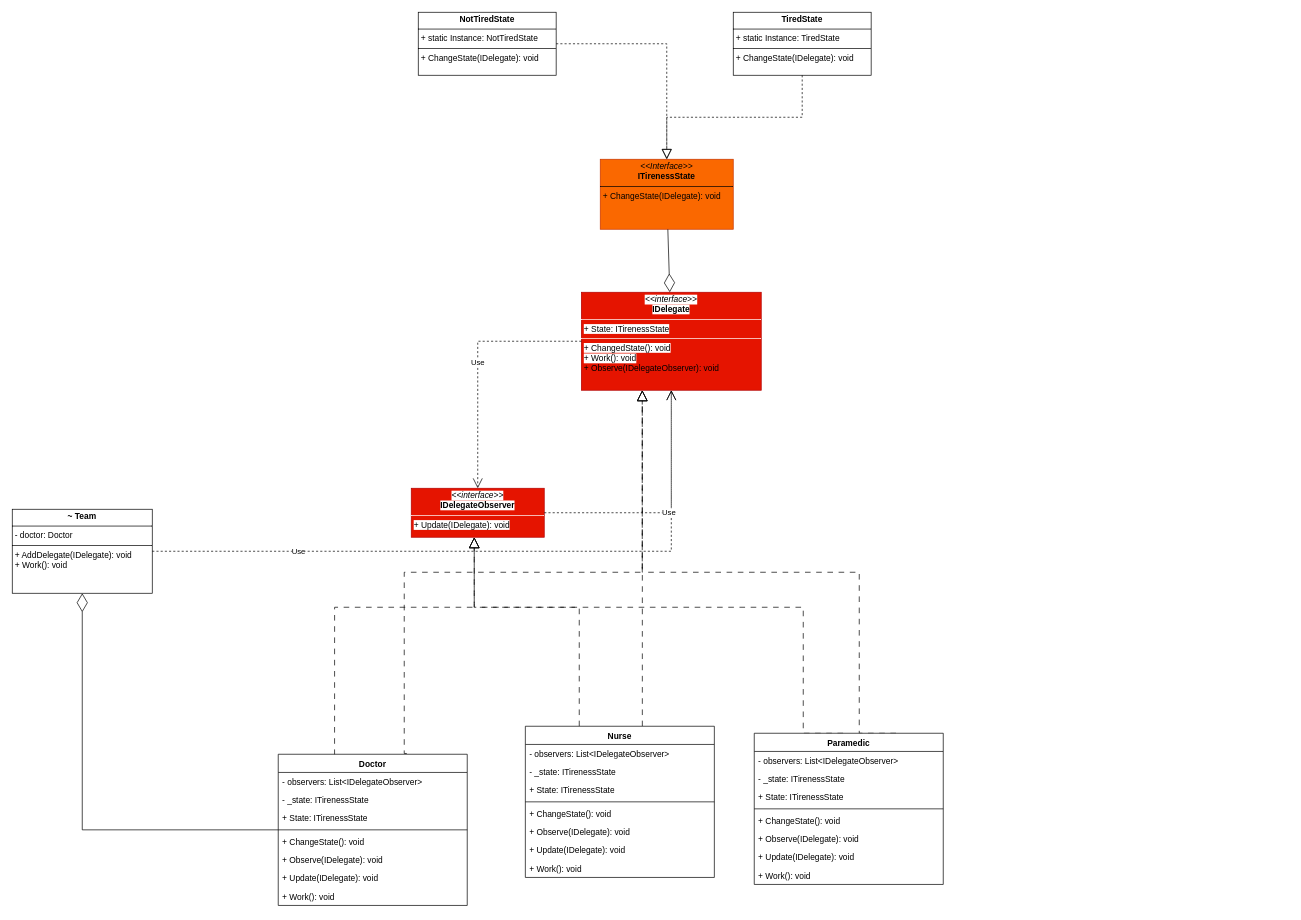
This is SI_Devoir4/SI_Devoir4.drawio from MAUI-SI-IOS/SI_Devoir4, a draw.io file, before an edit. Source tidied: cells renumbered, new cells numbered last; positions are measured from the earlier drawing's top-left corner, leaving out a move shared by most shapes. Both pictures are drawn from the tidied source at 70%, with x=0, y=0 at pixel (12, 12).
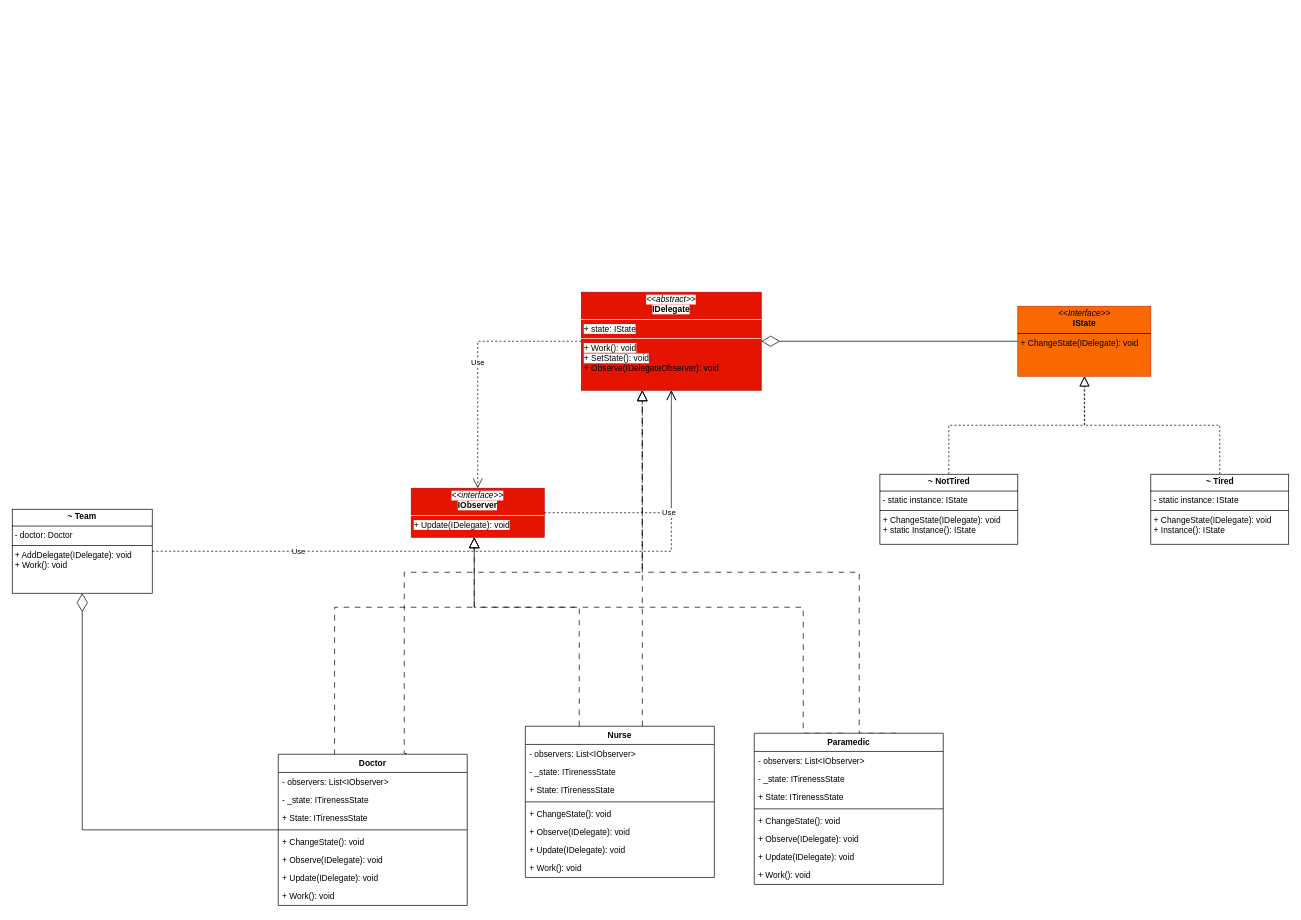
Above is the later version.

Commit message (it also covers changes not shown here):
drawio: modified naming scheme and change Idelegate to abstract class code: started it

The change refers to these unchanged cells:
```xml
<mxCell id="12" value="Paramedic" style="swimlane;fontStyle=1;align=center;verticalAlign=top;horizontal=1;startSize=26;whiteSpace=wrap;html=1;" parent="1" vertex="1">
  <mxGeometry x="1060" y="1030" width="270" height="216" as="geometry" />
</mxCell>
<mxCell id="21" value="Nurse" style="swimlane;fontStyle=1;align=center;verticalAlign=top;horizontal=1;startSize=26;whiteSpace=wrap;html=1;" parent="1" vertex="1">
  <mxGeometry x="733" y="1020" width="270" height="216" as="geometry" />
</mxCell>
<mxCell id="30" value="Doctor" style="swimlane;fontStyle=1;align=center;verticalAlign=top;horizontal=1;startSize=26;whiteSpace=wrap;html=1;" parent="1" vertex="1">
  <mxGeometry x="380" y="1060" width="270" height="216" as="geometry" />
</mxCell>
```

The edit, as a diff of the source:
```diff
@@
-    <mxCell id="7" value="&lt;p style=&quot;margin:0px;margin-top:4px;text-align:center;&quot;&gt;&lt;font style=&quot;background-color: light-dark(#ffffff, var(--ge-dark-color, #121212)); color: light-dark(rgb(0, 0, 0), rgb(255, 249, 243));&quot;&gt;&lt;i style=&quot;&quot;&gt;&amp;lt;&amp;lt;interface&amp;gt;&amp;gt;&lt;/i&gt;&lt;br&gt;&lt;b style=&quot;&quot;&gt;IDelegate&lt;/b&gt;&lt;/font&gt;&lt;/p&gt;&lt;hr size=&quot;1&quot; style=&quot;border-style:solid;&quot;&gt;&lt;p style=&quot;margin:0px;margin-left:4px;&quot;&gt;&lt;font style=&quot;background-color: light-dark(#ffffff, var(--ge-dark-color, #121212)); color: light-dark(rgb(0, 0, 0), rgb(255, 249, 243));&quot;&gt;+ State: ITirenessState&lt;/font&gt;&lt;br&gt;&lt;/p&gt;&lt;hr size=&quot;1&quot; style=&quot;border-style:solid;&quot;&gt;&lt;p style=&quot;margin:0px;margin-left:4px;&quot;&gt;&lt;span style=&quot;background-color: light-dark(#ffffff, var(--ge-dark-color, #121212)); color: light-dark(rgb(0, 0, 0), rgb(255, 128, 0));&quot;&gt;+ ChangedState(): void&lt;/span&gt;&lt;/p&gt;&lt;p style=&quot;margin:0px;margin-left:4px;&quot;&gt;&lt;font style=&quot;color: light-dark(rgb(0, 0, 0), rgb(255, 249, 243));&quot;&gt;&lt;font style=&quot;background-color: light-dark(#ffffff, var(--ge-dark-color, #121212));&quot;&gt;+ Work(): void&lt;/font&gt;&lt;/font&gt;&lt;/p&gt;&lt;p style=&quot;margin:0px;margin-left:4px;&quot;&gt;&lt;font style=&quot;color: light-dark(rgb(0, 0, 0), rgb(255, 249, 243));&quot;&gt;+ Observe(IDelegateObserver): void&lt;br&gt;&lt;/font&gt;&lt;br&gt;&lt;/p&gt;" style="verticalAlign=top;align=left;overflow=fill;html=1;whiteSpace=wrap;fillColor=light-dark(#e51400, #000000);fontColor=#ffffff;strokeColor=#B20000;" parent="1" vertex="1">
+    <mxCell id="7" value="&lt;p style=&quot;margin:0px;margin-top:4px;text-align:center;&quot;&gt;&lt;font style=&quot;background-color: light-dark(#ffffff, var(--ge-dark-color, #121212)); color: light-dark(rgb(0, 0, 0), rgb(255, 249, 243));&quot;&gt;&lt;i style=&quot;&quot;&gt;&amp;lt;&amp;lt;abstract&amp;gt;&amp;gt;&lt;/i&gt;&lt;br&gt;&lt;b style=&quot;&quot;&gt;IDelegate&lt;/b&gt;&lt;/font&gt;&lt;/p&gt;&lt;hr size=&quot;1&quot; style=&quot;border-style:solid;&quot;&gt;&lt;p style=&quot;margin:0px;margin-left:4px;&quot;&gt;&lt;font style=&quot;background-color: light-dark(#ffffff, var(--ge-dark-color, #121212)); color: light-dark(rgb(0, 0, 0), rgb(255, 249, 243));&quot;&gt;+ state: IState&lt;/font&gt;&lt;br&gt;&lt;/p&gt;&lt;hr size=&quot;1&quot; style=&quot;border-style:solid;&quot;&gt;&lt;p style=&quot;margin:0px;margin-left:4px;&quot;&gt;&lt;font style=&quot;color: light-dark(rgb(0, 0, 0), rgb(255, 249, 243));&quot;&gt;&lt;font style=&quot;background-color: light-dark(#ffffff, var(--ge-dark-color, #121212));&quot;&gt;+ Work(): void&lt;/font&gt;&lt;/font&gt;&lt;/p&gt;&lt;p style=&quot;margin:0px;margin-left:4px;&quot;&gt;&lt;font style=&quot;color: light-dark(rgb(0, 0, 0), rgb(255, 249, 243));&quot;&gt;&lt;font style=&quot;background-color: light-dark(#ffffff, var(--ge-dark-color, #121212));&quot;&gt;+ SetState(): void&lt;/font&gt;&lt;/font&gt;&lt;/p&gt;&lt;p style=&quot;margin:0px;margin-left:4px;&quot;&gt;&lt;font style=&quot;color: light-dark(rgb(0, 0, 0), rgb(255, 249, 243));&quot;&gt;+ Observe(IDelegateObserver): void&lt;br&gt;&lt;/font&gt;&lt;br&gt;&lt;/p&gt;" style="verticalAlign=top;align=left;overflow=fill;html=1;whiteSpace=wrap;fillColor=light-dark(#e51400, #000000);fontColor=#ffffff;strokeColor=#B20000;" parent="1" vertex="1">
       <mxGeometry x="813" y="400" width="257" height="140" as="geometry" />
     </mxCell>
-    <mxCell id="8" value="&lt;p style=&quot;margin:0px;margin-top:4px;text-align:center;&quot;&gt;&lt;i&gt;&amp;lt;&amp;lt;Interface&amp;gt;&amp;gt;&lt;/i&gt;&lt;br&gt;&lt;b&gt;ITirenessState&lt;/b&gt;&lt;/p&gt;&lt;hr size=&quot;1&quot; style=&quot;border-style:solid;&quot;&gt;&lt;p style=&quot;margin:0px;margin-left:4px;&quot;&gt;+ ChangeState(IDelegate): void&lt;/p&gt;" style="verticalAlign=top;align=left;overflow=fill;html=1;whiteSpace=wrap;fillColor=light-dark(#fa6800, #000000);fontColor=#000000;strokeColor=#C73500;" parent="1" vertex="1">
-      <mxGeometry x="840" y="210" width="190" height="100" as="geometry" />
+    <mxCell id="8" value="&lt;p style=&quot;margin:0px;margin-top:4px;text-align:center;&quot;&gt;&lt;i&gt;&amp;lt;&amp;lt;Interface&amp;gt;&amp;gt;&lt;/i&gt;&lt;br&gt;&lt;b&gt;IState&lt;/b&gt;&lt;/p&gt;&lt;hr size=&quot;1&quot; style=&quot;border-style:solid;&quot;&gt;&lt;p style=&quot;margin:0px;margin-left:4px;&quot;&gt;+ ChangeState(IDelegate): void&lt;/p&gt;" style="verticalAlign=top;align=left;overflow=fill;html=1;whiteSpace=wrap;fillColor=light-dark(#fa6800, #000000);fontColor=#000000;strokeColor=#C73500;" parent="1" vertex="1">
+      <mxGeometry x="1436.5" y="420" width="190" height="100" as="geometry" />
     </mxCell>
-    <mxCell id="9" value="&lt;p style=&quot;margin:0px;margin-top:4px;text-align:center;&quot;&gt;&lt;font style=&quot;background-color: light-dark(#ffffff, var(--ge-dark-color, #121212)); color: light-dark(rgb(0, 0, 0), rgb(255, 249, 243));&quot;&gt;&lt;i style=&quot;&quot;&gt;&amp;lt;&amp;lt;interface&amp;gt;&amp;gt;&lt;/i&gt;&lt;br&gt;&lt;b style=&quot;&quot;&gt;IDelegateObserver&lt;/b&gt;&lt;/font&gt;&lt;/p&gt;&lt;hr size=&quot;1&quot; style=&quot;border-style:solid;&quot;&gt;&lt;p style=&quot;margin:0px;margin-left:4px;&quot;&gt;&lt;font style=&quot;background-color: light-dark(#ffffff, var(--ge-dark-color, #121212)); color: light-dark(rgb(0, 0, 0), rgb(255, 249, 243));&quot;&gt;+ Update(IDelegate): void&lt;/font&gt;&lt;/p&gt;" style="verticalAlign=top;align=left;overflow=fill;html=1;whiteSpace=wrap;fillColor=light-dark(#e51400, #000000);fontColor=#ffffff;strokeColor=light-dark(#B20000,#0000FF);" parent="1" vertex="1">
+    <mxCell id="9" value="&lt;p style=&quot;margin:0px;margin-top:4px;text-align:center;&quot;&gt;&lt;font style=&quot;background-color: light-dark(#ffffff, var(--ge-dark-color, #121212)); color: light-dark(rgb(0, 0, 0), rgb(255, 249, 243));&quot;&gt;&lt;i style=&quot;&quot;&gt;&amp;lt;&amp;lt;interface&amp;gt;&amp;gt;&lt;/i&gt;&lt;br&gt;&lt;b style=&quot;&quot;&gt;IObserver&lt;/b&gt;&lt;/font&gt;&lt;/p&gt;&lt;hr size=&quot;1&quot; style=&quot;border-style:solid;&quot;&gt;&lt;p style=&quot;margin:0px;margin-left:4px;&quot;&gt;&lt;font style=&quot;background-color: light-dark(#ffffff, var(--ge-dark-color, #121212)); color: light-dark(rgb(0, 0, 0), rgb(255, 249, 243));&quot;&gt;+ Update(IDelegate): void&lt;/font&gt;&lt;/p&gt;" style="verticalAlign=top;align=left;overflow=fill;html=1;whiteSpace=wrap;fillColor=light-dark(#e51400, #000000);fontColor=#ffffff;strokeColor=light-dark(#B20000,#0000FF);" parent="1" vertex="1">
       <mxGeometry x="570" y="680" width="190" height="70" as="geometry" />
     </mxCell>
@@
-    <mxCell id="13" value="- observers: List&amp;lt;IDelegateObserver&amp;gt;" style="text;strokeColor=none;fillColor=none;align=left;verticalAlign=top;spacingLeft=4;spacingRight=4;overflow=hidden;whiteSpace=wrap;html=1;" parent="12" vertex="1">
+    <mxCell id="13" value="- observers: List&amp;lt;IObserver&amp;gt;" style="text;strokeColor=none;fillColor=none;align=left;verticalAlign=top;spacingLeft=4;spacingRight=4;overflow=hidden;whiteSpace=wrap;html=1;" parent="12" vertex="1">
       <mxGeometry y="26" width="270" height="26" as="geometry" />
     </mxCell>
@@
-    <mxCell id="22" value="- observers: List&amp;lt;IDelegateObserver&amp;gt;" style="text;strokeColor=none;fillColor=none;align=left;verticalAlign=top;spacingLeft=4;spacingRight=4;overflow=hidden;whiteSpace=wrap;html=1;" parent="21" vertex="1">
+    <mxCell id="22" value="- observers: List&amp;lt;IObserver&amp;gt;" style="text;strokeColor=none;fillColor=none;align=left;verticalAlign=top;spacingLeft=4;spacingRight=4;overflow=hidden;whiteSpace=wrap;html=1;" parent="21" vertex="1">
       <mxGeometry y="26" width="270" height="26" as="geometry" />
     </mxCell>
@@
-    <mxCell id="31" value="- observers: List&amp;lt;IDelegateObserver&amp;gt;" style="text;strokeColor=none;fillColor=none;align=left;verticalAlign=top;spacingLeft=4;spacingRight=4;overflow=hidden;whiteSpace=wrap;html=1;" parent="30" vertex="1">
+    <mxCell id="31" value="- observers: List&amp;lt;IObserver&amp;gt;" style="text;strokeColor=none;fillColor=none;align=left;verticalAlign=top;spacingLeft=4;spacingRight=4;overflow=hidden;whiteSpace=wrap;html=1;" parent="30" vertex="1">
       <mxGeometry y="26" width="270" height="26" as="geometry" />
     </mxCell>
@@
-    <mxCell id="39" value="&lt;p style=&quot;margin:0px;margin-top:4px;text-align:center;&quot;&gt;&lt;b&gt;TiredState&lt;/b&gt;&lt;/p&gt;&lt;hr size=&quot;1&quot; style=&quot;border-style:solid;&quot;&gt;&lt;p style=&quot;margin:0px;margin-left:4px;&quot;&gt;+ static Instance: TiredState&lt;/p&gt;&lt;hr size=&quot;1&quot; style=&quot;border-style:solid;&quot;&gt;&lt;p style=&quot;margin:0px;margin-left:4px;&quot;&gt;+ ChangeState(IDelegate): void&lt;/p&gt;" style="verticalAlign=top;align=left;overflow=fill;html=1;whiteSpace=wrap;" parent="1" vertex="1">
-      <mxGeometry x="1030" width="197" height="90" as="geometry" />
+    <mxCell id="39" value="&lt;p style=&quot;margin:0px;margin-top:4px;text-align:center;&quot;&gt;&lt;b&gt;~ Tired&lt;/b&gt;&lt;/p&gt;&lt;hr size=&quot;1&quot; style=&quot;border-style:solid;&quot;&gt;&lt;p style=&quot;margin:0px;margin-left:4px;&quot;&gt;- static instance: IState&lt;/p&gt;&lt;hr size=&quot;1&quot; style=&quot;border-style:solid;&quot;&gt;&lt;p style=&quot;margin:0px;margin-left:4px;&quot;&gt;+ ChangeState(IDelegate): void&lt;/p&gt;&lt;p style=&quot;margin:0px;margin-left:4px;&quot;&gt;+ Instance(): IState&lt;/p&gt;" style="verticalAlign=top;align=left;overflow=fill;html=1;whiteSpace=wrap;" parent="1" vertex="1">
+      <mxGeometry x="1626.5" y="660" width="197" height="100" as="geometry" />
     </mxCell>
-    <mxCell id="40" value="&lt;p style=&quot;margin:0px;margin-top:4px;text-align:center;&quot;&gt;&lt;b&gt;NotTiredState&lt;/b&gt;&lt;/p&gt;&lt;hr size=&quot;1&quot; style=&quot;border-style:solid;&quot;&gt;&lt;p style=&quot;margin:0px;margin-left:4px;&quot;&gt;+ static Instance: NotTiredState&lt;/p&gt;&lt;hr size=&quot;1&quot; style=&quot;border-style:solid;&quot;&gt;&lt;p style=&quot;margin:0px;margin-left:4px;&quot;&gt;+ ChangeState(IDelegate): void&lt;/p&gt;" style="verticalAlign=top;align=left;overflow=fill;html=1;whiteSpace=wrap;" parent="1" vertex="1">
-      <mxGeometry x="580" width="197" height="90" as="geometry" />
+    <mxCell id="40" value="&lt;p style=&quot;margin:0px;margin-top:4px;text-align:center;&quot;&gt;&lt;b&gt;~ NotTired&lt;/b&gt;&lt;/p&gt;&lt;hr size=&quot;1&quot; style=&quot;border-style:solid;&quot;&gt;&lt;p style=&quot;margin:0px;margin-left:4px;&quot;&gt;- static instance: IState&lt;/p&gt;&lt;hr size=&quot;1&quot; style=&quot;border-style:solid;&quot;&gt;&lt;p style=&quot;margin:0px;margin-left:4px;&quot;&gt;+ ChangeState(IDelegate): void&lt;/p&gt;&lt;p style=&quot;margin:0px;margin-left:4px;&quot;&gt;+ static Instance(): IState&lt;/p&gt;" style="verticalAlign=top;align=left;overflow=fill;html=1;whiteSpace=wrap;" parent="1" vertex="1">
+      <mxGeometry x="1239.5" y="660" width="197" height="100" as="geometry" />
     </mxCell>
@@
     <mxCell id="42" style="endArrow=block;dashed=1;endFill=0;endSize=12;html=1;rounded=0;edgeStyle=orthogonalEdgeStyle;" parent="1" edge="1" source="40" target="8">
-      <mxGeometry relative="1" as="geometry" />
+      <mxGeometry relative="1" as="geometry">
+        <Array as="points">
+          <mxPoint x="1338" y="590" />
+          <mxPoint x="1532" y="590" />
+        </Array>
+      </mxGeometry>
     </mxCell>
```
